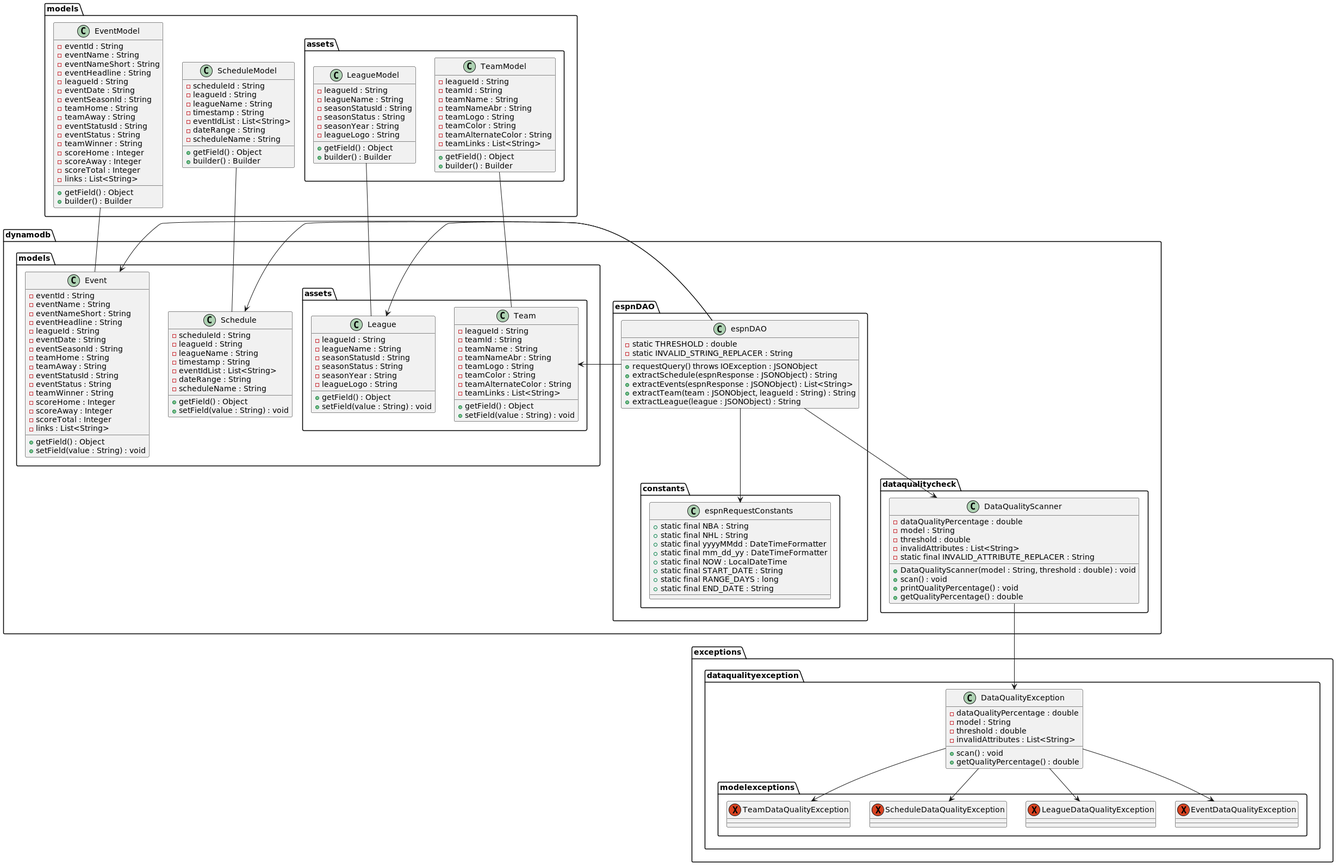
The PlantUML diagram app/src/main/resources/BookiepediaClassDiagram.png in acgerhold/bookiepedia, before a commit. The source it was exported from:
```plantuml
@startuml

package dynamodb {

    package dataqualitycheck {
        class DataQualityScanner {
            - dataQualityPercentage : double
            - model : String
            - threshold : double
            - invalidAttributes : List<String>
            - static final INVALID_ATTRIBUTE_REPLACER : String

            + DataQualityScanner(model : String, threshold : double) : void
            + scan() : void
            + printQualityPercentage() : void
            + getQualityPercentage() : double
        }
    }

    package espnDAO {
        class espnDAO {
            - static THRESHOLD : double
            - static INVALID_STRING_REPLACER : String

            + requestQuery() throws IOException : JSONObject
            + extractSchedule(espnResponse : JSONObject) : String
            + extractEvents(espnResponse : JSONObject) : List<String>
            + extractTeam(team : JSONObject, leagueId : String) : String
            + extractLeague(league : JSONObject) : String
        }

        package constants {
            class espnRequestConstants {
                + static final NBA : String
                + static final NHL : String
                + static final yyyyMMdd : DateTimeFormatter
                + static final mm_dd_yy : DateTimeFormatter
                + static final NOW : LocalDateTime
                + static final START_DATE : String
                + static final RANGE_DAYS : long
                + static final END_DATE : String
            }
        }
    }

    package models {
        class Event {
            - eventId : String
            - eventName : String
            - eventNameShort : String
            - eventHeadline : String
            - leagueId : String
            - eventDate : String
            - eventSeasonId : String
            - teamHome : String
            - teamAway : String
            - eventStatusId : String
            - eventStatus : String
            - teamWinner : String
            - scoreHome : Integer
            - scoreAway : Integer
            - scoreTotal : Integer
            - links : List<String>

            + getField() : Object
            + setField(value : String) : void
        }
        class Schedule {
            - scheduleId : String
            - leagueId : String
            - leagueName : String
            - timestamp : String
            - eventIdList : List<String>
            - dateRange : String
            - scheduleName : String

            + getField() : Object
            + setField(value : String) : void
        }

        package assets {
            class League {
                - leagueId : String
                - leagueName : String
                - seasonStatusId : String
                - seasonStatus : String
                - seasonYear : String
                - leagueLogo : String

                + getField() : Object
                + setField(value : String) : void
            }
            class Team {
                - leagueId : String
                - teamId : String
                - teamName : String
                - teamNameAbr : String
                - teamLogo : String
                - teamColor : String
                - teamAlternateColor : String
                - teamLinks : List<String>

                + getField() : Object
                + setField(value : String) : void
            }
        }
    }
}


package exceptions {

    package dataqualityexception {

        class DataQualityException {
            - dataQualityPercentage : double
            - model : String
            - threshold : double
            - invalidAttributes : List<String>

            + scan() : void
            + getQualityPercentage() : double
        }

        package modelexceptions {
            exception EventDataQualityException {}
            exception LeagueDataQualityException {}
            exception ScheduleDataQualityException {}
            exception TeamDataQualityException {}
        }
    }
}


package models {

    class ScheduleModel {
        - scheduleId : String
        - leagueId : String
        - leagueName : String
        - timestamp : String
        - eventIdList : List<String>
        - dateRange : String
        - scheduleName : String

        + getField() : Object
        + builder() : Builder
    }

    class EventModel {
        - eventId : String
        - eventName : String
        - eventNameShort : String
        - eventHeadline : String
        - leagueId : String
        - eventDate : String
        - eventSeasonId : String
        - teamHome : String
        - teamAway : String
        - eventStatusId : String
        - eventStatus : String
        - teamWinner : String
        - scoreHome : Integer
        - scoreAway : Integer
        - scoreTotal : Integer
        - links : List<String>

        + getField() : Object
        + builder() : Builder
    }

    package assets {

        class LeagueModel {
            - leagueId : String
            - leagueName : String
            - seasonStatusId : String
            - seasonStatus : String
            - seasonYear : String
            - leagueLogo : String

            + getField() : Object
            + builder() : Builder
        }

        class TeamModel {
            - leagueId : String
            - teamId : String
            - teamName : String
            - teamNameAbr : String
            - teamLogo : String
            - teamColor : String
            - teamAlternateColor : String
            - teamLinks : List<String>

            + getField() : Object
            + builder() : Builder
        }
    }
}

dynamodb.espnDAO.espnDAO --> dynamodb.espnDAO.constants.espnRequestConstants

dynamodb.espnDAO.espnDAO -> dynamodb.models.Schedule
dynamodb.espnDAO.espnDAO -> dynamodb.models.Event
dynamodb.espnDAO.espnDAO -> dynamodb.models.assets.Team
dynamodb.espnDAO.espnDAO -> dynamodb.models.assets.League



dynamodb.espnDAO.espnDAO --> dynamodb.dataqualitycheck.DataQualityScanner

dynamodb.dataqualitycheck.DataQualityScanner --> exceptions.dataqualityexception.DataQualityException
exceptions.dataqualityexception.DataQualityException --> exceptions.dataqualityexception.modelexceptions.ScheduleDataQualityException
exceptions.dataqualityexception.DataQualityException --> exceptions.dataqualityexception.modelexceptions.EventDataQualityException
exceptions.dataqualityexception.DataQualityException --> exceptions.dataqualityexception.modelexceptions.LeagueDataQualityException
exceptions.dataqualityexception.DataQualityException --> exceptions.dataqualityexception.modelexceptions.TeamDataQualityException

models.ScheduleModel -- dynamodb.models.Schedule
models.EventModel -- dynamodb.models.Event
models.assets.LeagueModel -- dynamodb.models.assets.League
models.assets.TeamModel -- dynamodb.models.assets.Team

@enduml
```
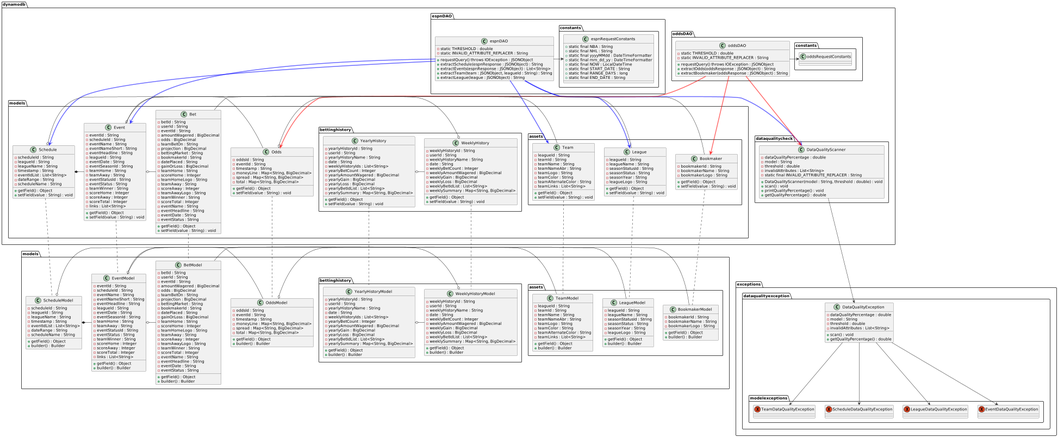
After the change.

Commit message:
Added a few fields to placeholder classes

What changed in the source:
```diff
@@ -1,8 +1,10 @@
 @startuml
 
-package dynamodb {
 
-    package dataqualitycheck {
+package "dynamodb" {
+
+    package "dataqualitycheck" {
+
         class DataQualityScanner {
             - dataQualityPercentage : double
             - model : String
@@ -17,10 +19,11 @@
         }
     }
 
-    package espnDAO {
+    package "espnDAO" {
+
         class espnDAO {
             - static THRESHOLD : double
-            - static INVALID_STRING_REPLACER : String
+            - static INVALID_ATTRIBUTE_REPLACER : String
 
             + requestQuery() throws IOException : JSONObject
             + extractSchedule(espnResponse : JSONObject) : String
@@ -29,7 +32,8 @@
             + extractLeague(league : JSONObject) : String
         }
 
-        package constants {
+        package "constants" {
+
             class espnRequestConstants {
                 + static final NBA : String
                 + static final NHL : String
@@ -43,9 +47,30 @@
         }
     }
 
-    package models {
+    package "oddsDAO" {
+
+        class oddsDAO {
+            - static THRESHOLD : double
+            - static INVALID_ATTRIBUTE_REPLACER : String
+
+            + requestQuery() throws IOException : JSONObject
+            + extractOdds(oddsResponse : JSONObject) : String
+            + extractBookmaker(oddsResponse : JSONObject) : String
+        }
+
+        package constants {
+
+            class oddsRequestConstants {
+
+            }
+        }
+    }
+
+    package "models" {
+
         class Event {
             - eventId : String
+            - scheduleId : String
             - eventName : String
             - eventNameShort : String
             - eventHeadline : String
@@ -65,6 +90,7 @@
             + getField() : Object
             + setField(value : String) : void
         }
+
         class Schedule {
             - scheduleId : String
             - leagueId : String
@@ -78,7 +104,49 @@
             + setField(value : String) : void
         }
 
-        package assets {
+        class Bet {
+            - betId : String
+            - userId : String
+            - eventId : String
+            - amountWagered : BigDecimal
+            - odds : BigDecimal
+            - teamBetOn : String
+            - projection : BigDecimal
+            - bettingMarket : String
+            - bookmakerId : String
+            - datePlaced : String
+            - gainOrLoss : BigDecimal
+            - teamHome : String
+            - scoreHome : Integer
+            - teamHomeLogo : String
+            - teamAway : String
+            - scoreAway : Integer
+            - teamAwayLogo : String
+            - teamWinner : String
+            - scoreTotal : Integer
+            - eventName : String
+            - eventHeadline : String
+            - eventDate : String
+            - eventStatus : String
+
+            + getField() : Object
+            + setField(value : String) : void
+        }
+
+        class Odds {
+            - oddsId : String
+            - eventId : String
+            - timestamp : String
+            - moneyLine : Map<String, BigDecimal>
+            - spread : Map<String, BigDecimal>
+            - total : Map<String, BigDecimal>
+
+            + getField() : Object
+            + setField(value : String) : void
+        }
+
+        package "assets" {
+
             class League {
                 - leagueId : String
                 - leagueName : String
@@ -90,6 +158,7 @@
                 + getField() : Object
                 + setField(value : String) : void
             }
+
             class Team {
                 - leagueId : String
                 - teamId : String
@@ -103,14 +172,59 @@
                 + getField() : Object
                 + setField(value : String) : void
             }
+
+            class Bookmaker {
+                - bookmakerId : String
+                - bookmakerName : String
+                - bookmakerLogo : String
+
+                + getField() : Object
+                + setField(value : String) : void
+            }
+        }
+
+        package "bettinghistory" {
+
+            class WeeklyHistory {
+                - weeklyHistoryId : String
+                - userId : String
+                - weeklyHistoryName : String
+                - date : String
+                - weeklyBetCount : Integer
+                - weeklyAmountWagered : BigDecimal
+                - weeklyGain : BigDecimal
+                - weeklyLoss : BigDecimal
+                - weeklyBetIdList : List<String>
+                - weeklySummary : Map<String, BigDecimal>
+
+                + getField() : Object
+                + setField(value : String) : void
+            }
+
+            class YearlyHistory {
+                - yearlyHistoryId : String
+                - userId : String
+                - yearlyHistoryName : String
+                - date : String
+                - weeklyHistoryIds : List<String>
+                - yearlyBetCount : Integer
+                - yearlyAmountWagered : BigDecimal
+                - yearlyGain : BigDecimal
+                - yearlyLoss : BigDecimal
+                - yearlyBetIdList : List<String>
+                - yearlySummary : Map<String, BigDecimal>
+
+                + getField() : Object
+                + setField(value : String) : void
+            }
         }
     }
 }
 
 
-package exceptions {
+package "exceptions" {
 
-    package dataqualityexception {
+    package "dataqualityexception" {
 
         class DataQualityException {
             - dataQualityPercentage : double
@@ -122,7 +236,7 @@
             + getQualityPercentage() : double
         }
 
-        package modelexceptions {
+        package "modelexceptions" {
             exception EventDataQualityException {}
             exception LeagueDataQualityException {}
             exception ScheduleDataQualityException {}
@@ -132,7 +246,7 @@
 }
 
 
-package models {
+package "models" {
 
     class ScheduleModel {
         - scheduleId : String
@@ -149,6 +263,7 @@
 
     class EventModel {
         - eventId : String
+        - scheduleId : String
         - eventName : String
         - eventNameShort : String
         - eventHeadline : String
@@ -169,7 +284,48 @@
         + builder() : Builder
     }
 
-    package assets {
+    class BetModel {
+        - betId : String
+        - userId : String
+        - eventId : String
+        - amountWagered : BigDecimal
+        - odds : BigDecimal
+        - teamBetOn : String
+        - projection : BigDecimal
+        - bettingMarket : String
+        - bookmakerId : String
+        - datePlaced : String
+        - gainOrLoss : BigDecimal
+        - teamHome : String
+        - scoreHome : Integer
+        - teamHomeLogo : String
+        - teamAway : String
+        - scoreAway : Integer
+        - teamAwayLogo : String
+        - teamWinner : String
+        - scoreTotal : Integer
+        - eventName : String
+        - eventHeadline : String
+        - eventDate : String
+        - eventStatus : String
+
+        + getField() : Object
+        + builder() : Builder
+    }
+
+    class OddsModel {
+        - oddsId : String
+        - eventId : String
+        - timestamp : String
+        - moneyLine : Map<String, BigDecimal>
+        - spread : Map<String, BigDecimal>
+        - total : Map<String, BigDecimal>
+
+        + getField() : Object
+        + builder() : Builder
+    }
+
+    package "assets" {
 
         class LeagueModel {
             - leagueId : String
@@ -196,29 +352,99 @@
             + getField() : Object
             + builder() : Builder
         }
+
+        class BookmakerModel {
+            - bookmakerId : String
+            - bookmakerName : String
+            - bookmakerLogo : String
+
+            + getField() : Object
+            + builder() : Builder
+        }
+    }
+
+    package "bettinghistory" {
+
+        class WeeklyHistoryModel {
+            - weeklyHistoryId : String
+            - userId : String
+            - weeklyHistoryName : String
+            - date : String
+            - weeklyBetCount : Integer
+            - weeklyAmountWagered : BigDecimal
+            - weeklyGain : BigDecimal
+            - weeklyLoss : BigDecimal
+            - weeklyBetIdList : List<String>
+            - weeklySummary : Map<String, BigDecimal>
+
+            + getField() : Object
+            + builder() : Builder
+        }
+
+        class YearlyHistoryModel {
+            - yearlyHistoryId : String
+            - userId : String
+            - yearlyHistoryName : String
+            - date : String
+            - weeklyHistoryIds : List<String>
+            - yearlyBetCount : Integer
+            - yearlyAmountWagered : BigDecimal
+            - yearlyGain : BigDecimal
+            - yearlyLoss : BigDecimal
+            - yearlyBetIdList : List<String>
+            - yearlySummary : Map<String, BigDecimal>
+
+            + getField() : Object
+            + builder() : Builder
+        }
     }
 }
 
-dynamodb.espnDAO.espnDAO --> dynamodb.espnDAO.constants.espnRequestConstants
+dynamodb.espnDAO.espnDAO -> dynamodb.espnDAO.constants.espnRequestConstants
+dynamodb.espnDAO.espnDAO -[#0000FF95,thickness=3]-> dynamodb.models.Schedule
+dynamodb.espnDAO.espnDAO -[#0000FF95,thickness=3]-> dynamodb.models.Event
+dynamodb.espnDAO.espnDAO -[#0000FF95,thickness=3]-> dynamodb.models.assets.Team
+dynamodb.espnDAO.espnDAO -[#0000FF95,thickness=3]-> dynamodb.models.assets.League
+dynamodb.espnDAO.espnDAO -[#0000FF95,thickness=3]-> dynamodb.dataqualitycheck.DataQualityScanner
 
-dynamodb.espnDAO.espnDAO -> dynamodb.models.Schedule
-dynamodb.espnDAO.espnDAO -> dynamodb.models.Event
-dynamodb.espnDAO.espnDAO -> dynamodb.models.assets.Team
-dynamodb.espnDAO.espnDAO -> dynamodb.models.assets.League
-
-
-
-dynamodb.espnDAO.espnDAO --> dynamodb.dataqualitycheck.DataQualityScanner
+dynamodb.oddsDAO.oddsDAO -> dynamodb.oddsDAO.constants.oddsRequestConstants
+dynamodb.oddsDAO.oddsDAO -[#FF000095,thickness=3]-> dynamodb.models.assets.Bookmaker
+dynamodb.oddsDAO.oddsDAO -[#FF000095,thickness=3]-> dynamodb.models.Odds
+dynamodb.oddsDAO.oddsDAO -[#FF000095,thickness=3]-> dynamodb.dataqualitycheck.DataQualityScanner
 
 dynamodb.dataqualitycheck.DataQualityScanner --> exceptions.dataqualityexception.DataQualityException
+
 exceptions.dataqualityexception.DataQualityException --> exceptions.dataqualityexception.modelexceptions.ScheduleDataQualityException
 exceptions.dataqualityexception.DataQualityException --> exceptions.dataqualityexception.modelexceptions.EventDataQualityException
 exceptions.dataqualityexception.DataQualityException --> exceptions.dataqualityexception.modelexceptions.LeagueDataQualityException
 exceptions.dataqualityexception.DataQualityException --> exceptions.dataqualityexception.modelexceptions.TeamDataQualityException
 
-models.ScheduleModel -- dynamodb.models.Schedule
-models.EventModel -- dynamodb.models.Event
-models.assets.LeagueModel -- dynamodb.models.assets.League
-models.assets.TeamModel -- dynamodb.models.assets.Team
+dynamodb.models.Schedule o- dynamodb.models.assets.League
+dynamodb.models.Schedule *- dynamodb.models.Event
+dynamodb.models.Event o- dynamodb.models.assets.Team
+dynamodb.models.Event - dynamodb.models.Odds
+dynamodb.models.Event o- dynamodb.models.Bet
+dynamodb.models.Odds o- dynamodb.models.assets.Bookmaker
+dynamodb.models.bettinghistory.WeeklyHistory o- dynamodb.models.Bet
+dynamodb.models.bettinghistory.YearlyHistory o- dynamodb.models.bettinghistory.WeeklyHistory
+
+models.ScheduleModel o- models.assets.LeagueModel
+models.ScheduleModel *- models.EventModel
+models.EventModel o- models.assets.TeamModel
+models.EventModel - models.OddsModel
+models.EventModel o- models.BetModel
+models.OddsModel o- models.assets.BookmakerModel
+models.bettinghistory.WeeklyHistoryModel o- models.BetModel
+models.bettinghistory.YearlyHistoryModel o- models.bettinghistory.WeeklyHistoryModel
+
+dynamodb.models.Schedule .. models.ScheduleModel
+dynamodb.models.Event .. models.EventModel
+dynamodb.models.Odds .. models.OddsModel
+dynamodb.models.Bet .. models.BetModel
+dynamodb.models.assets.Team .. models.assets.TeamModel
+dynamodb.models.assets.League .. models.assets.LeagueModel
+dynamodb.models.assets.Bookmaker .. models.assets.BookmakerModel
+dynamodb.models.bettinghistory.WeeklyHistory .. models.bettinghistory.WeeklyHistoryModel
+dynamodb.models.bettinghistory.YearlyHistory .. models.bettinghistory.YearlyHistoryModel
 
 @enduml
```
